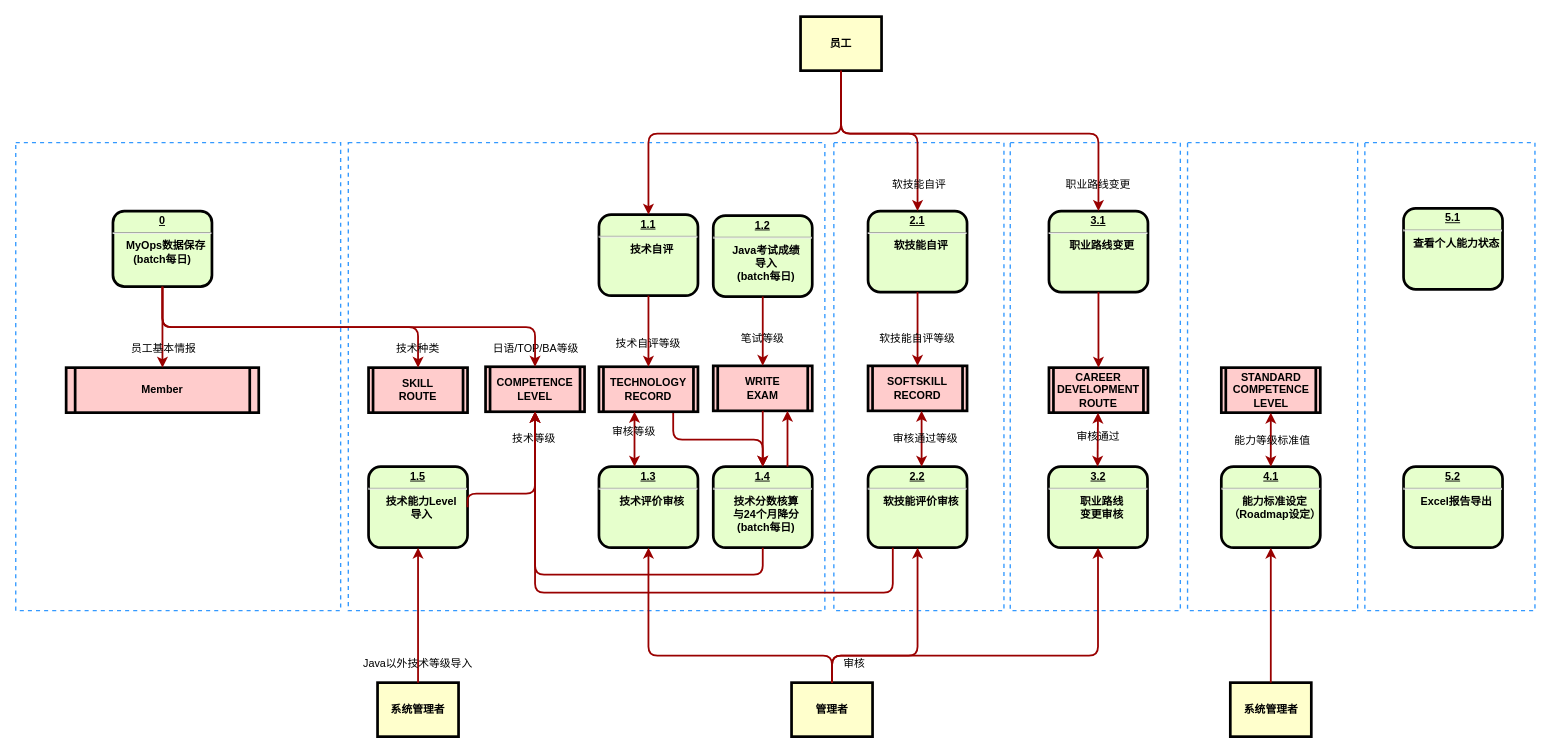
Above: src/main/名称未設定ファイル.drawio in danferj/java_learn (draw.io), before the change. Source tidied: cells renumbered, new cells numbered last; positions are measured from the earlier drawing's top-left corner, leaving out a move shared by most shapes. Both pictures are drawn from the tidied source at 90%, with x=0, y=0 at pixel (15, 16).
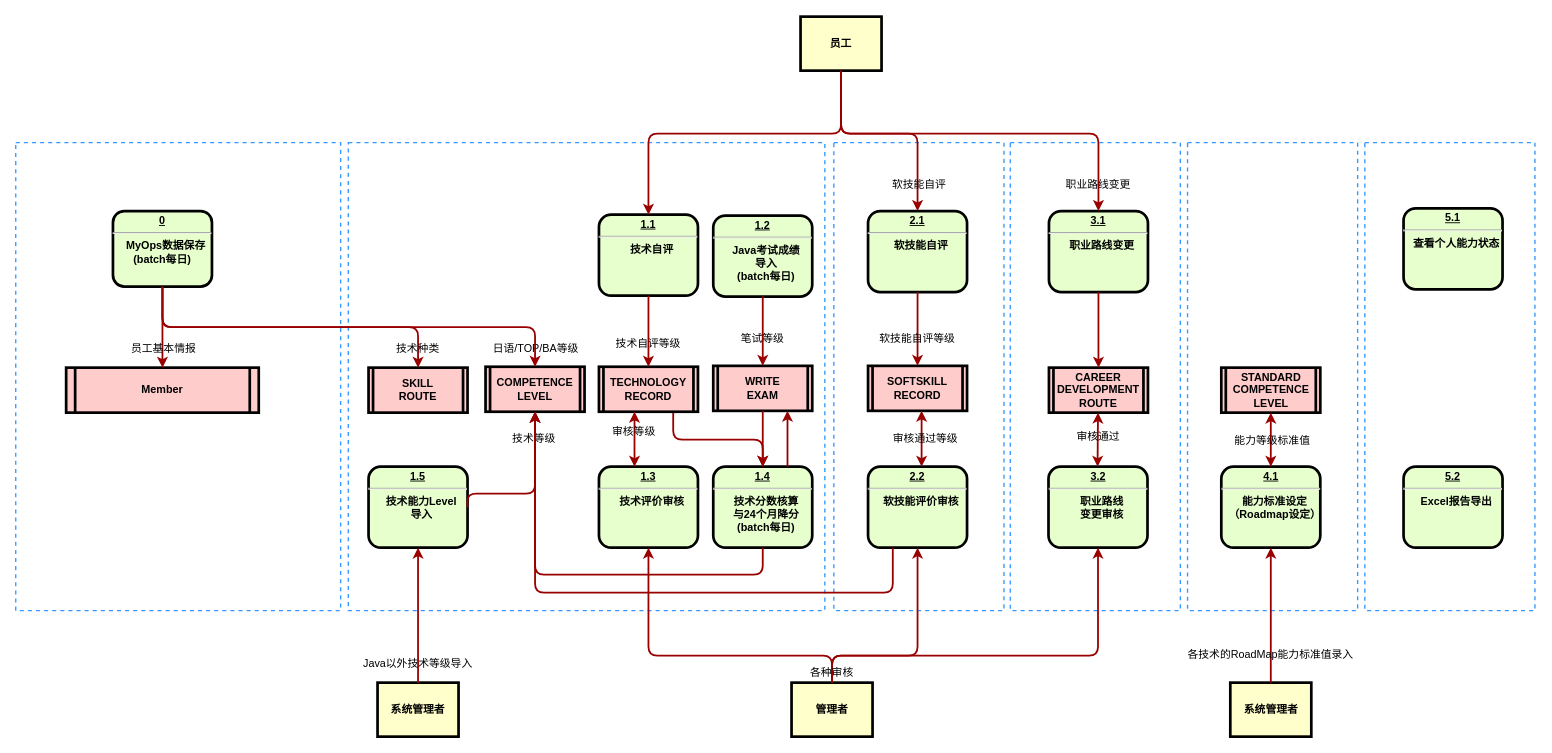
Above is the later version.

Commit message:
更新名称未設定ファイル.drawio

Unchanged cells that the change refers to:
```xml
<mxCell id="31" value="&lt;p style=&quot;margin: 0px; margin-top: 4px; text-align: center; text-decoration: underline;&quot;&gt;&lt;strong&gt;4.1&lt;/strong&gt;&lt;/p&gt;&lt;hr&gt;&lt;p style=&quot;margin: 0px; margin-left: 8px;&quot;&gt;能力标准设定&lt;/p&gt;&lt;p style=&quot;margin: 0px; margin-left: 8px;&quot;&gt;（Roadmap设定）&lt;/p&gt;" style="verticalAlign=middle;align=center;overflow=fill;fontSize=12;fontFamily=Helvetica;html=1;rounded=1;fontStyle=1;strokeWidth=3;fillColor=#E6FFCC;" parent="1" vertex="1">
  <mxGeometry x="1339.5" y="500" width="110" height="90" as="geometry" />
</mxCell>
<mxCell id="61" value="系统管理者" style="whiteSpace=wrap;align=center;verticalAlign=middle;fontStyle=1;strokeWidth=3;fillColor=#FFFFCC;" parent="1" vertex="1">
  <mxGeometry x="1349.5" y="740" width="90" height="60" as="geometry" />
</mxCell>
```

Diff of the diagram source:
```diff
@@
-    <mxCell id="64" style="edgeStyle=none;noEdgeStyle=1;strokeColor=#990000;strokeWidth=2;exitX=0.5;exitY=0;exitDx=0;exitDy=0;entryX=0.5;entryY=1;entryDx=0;entryDy=0;" parent="1" edge="1" source="61" target="31">
+    <mxCell id="64" style="edgeStyle=none;noEdgeStyle=1;strokeColor=#990000;strokeWidth=2;entryX=0.5;entryY=1;entryDx=0;entryDy=0;" parent="1" edge="1" source="61" target="31">
       <mxGeometry relative="1" as="geometry" />
     </mxCell>
@@
-    <mxCell id="69" value="审核" style="text;spacingTop=-5;align=center;" parent="1" vertex="1">
-      <mxGeometry x="917" y="710" width="30" height="20" as="geometry" />
-    </mxCell>
@@
+    <mxCell id="69" value="各技术的RoadMap能力标准值录入" style="text;spacingTop=-5;align=center;" parent="1" vertex="1">
+      <mxGeometry x="1379.5" y="700" width="30" height="20" as="geometry" />
+    </mxCell>
+    <mxCell id="74" value="各种审核" style="text;spacingTop=-5;align=center;" parent="1" vertex="1">
+      <mxGeometry x="892" y="720" width="30" height="20" as="geometry" />
+    </mxCell>
```
